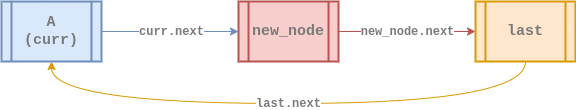
euisblue/vue-blog keeps this draw.io diagram as assets/data-structure/linked-list/cll-singly-insert_at4.png. Above is the earlier version. Source tidied: cells renumbered, new cells last; positions are measured from the earlier drawing's top-left corner, leaving out a move shared by most shapes.
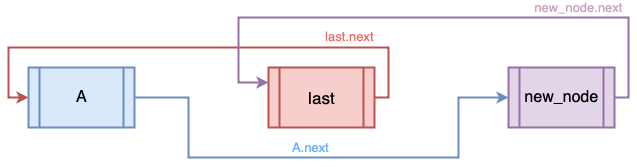
Later version of the same file.

Diff of the diagram source:
```diff
@@ -2,28 +2,44 @@
   <root>
     <mxCell id="0" />
     <mxCell id="1" parent="0" />
-    <mxCell id="2" value="&lt;b style=&quot;color: rgb(0 , 0 , 0) ; font-size: 11px ; font-style: normal ; letter-spacing: normal ; text-align: center ; text-indent: 0px ; text-transform: none ; word-spacing: 0px ; font-family: &amp;#34;courier new&amp;#34;&quot;&gt;&lt;font color=&quot;#7a7a7a&quot; style=&quot;font-size: 12px&quot;&gt;new_node.next&lt;/font&gt;&lt;/b&gt;" style="edgeStyle=orthogonalEdgeStyle;rounded=0;sketch=0;jettySize=auto;html=1;exitX=1;exitY=0.5;exitDx=0;exitDy=0;entryX=0;entryY=0.5;entryDx=0;entryDy=0;strokeColor=#b85450;strokeWidth=1;curved=1;fillColor=#f8cecc;" parent="1" edge="1" source="3" target="7">
-      <mxGeometry x="0.01" relative="1" as="geometry" />
+    <mxCell id="2" value="&lt;font color=&quot;#66b2ff&quot; size=&quot;2&quot;&gt;&lt;span&gt;A.next&lt;/span&gt;&lt;/font&gt;" style="edgeStyle=orthogonalEdgeStyle;rounded=0;jettySize=auto;html=1;exitX=1;exitY=0.5;exitDx=0;exitDy=0;entryX=0;entryY=0.5;entryDx=0;entryDy=0;fillColor=#dae8fc;strokeColor=#6c8ebf;strokeWidth=2;labelBackgroundColor=none;labelBorderColor=none;fontFamily=Helvetica;" parent="1" edge="1" source="3" target="7">
+      <mxGeometry x="-0.04" y="10" relative="1" as="geometry">
+        <Array as="points">
+          <mxPoint x="174" y="154" />
+          <mxPoint x="174" y="214" />
+          <mxPoint x="444" y="214" />
+          <mxPoint x="444" y="154" />
+        </Array>
+      </mxGeometry>
     </mxCell>
-    <mxCell id="3" value="&lt;b&gt;&lt;font style=&quot;font-size: 15px&quot; face=&quot;Courier New&quot; color=&quot;#7a7a7a&quot;&gt;new_node&lt;/font&gt;&lt;/b&gt;" style="shape=process;whiteSpace=wrap;html=1;backgroundOutline=1;fillColor=#f8cecc;strokeColor=#b85450;gradientDirection=east;strokeWidth=2;shadow=0;glass=0;sketch=0;fontStyle=0;" parent="1" vertex="1">
-      <mxGeometry x="237" width="100" height="60" as="geometry" />
+    <mxCell id="3" value="&lt;font&gt;&lt;font size=&quot;3&quot;&gt;A&lt;/font&gt;&lt;br&gt;&lt;/font&gt;" style="shape=process;whiteSpace=wrap;html=1;backgroundOutline=1;strokeWidth=2;fillColor=#dae8fc;strokeColor=#6c8ebf;fontStyle=0;fontFamily=Helvetica;fontSize=14;labelBackgroundColor=none;labelBorderColor=none;" parent="1" vertex="1">
+      <mxGeometry x="14" y="124" width="106" height="60" as="geometry" />
     </mxCell>
-    <mxCell id="4" value="&lt;b style=&quot;font-size: 11px ; letter-spacing: normal ; text-align: center ; text-indent: 0px ; text-transform: none ; word-spacing: 0px ; font-family: &amp;#34;courier new&amp;#34;&quot;&gt;&lt;font style=&quot;font-size: 12px&quot; color=&quot;#7a7a7a&quot;&gt;curr.next&lt;/font&gt;&lt;/b&gt;" style="edgeStyle=orthogonalEdgeStyle;curved=1;rounded=0;sketch=0;jettySize=auto;html=1;exitX=1;exitY=0.5;exitDx=0;exitDy=0;entryX=0;entryY=0.5;entryDx=0;entryDy=0;strokeColor=#6c8ebf;strokeWidth=1;fillColor=#dae8fc;fontStyle=0;" parent="1" edge="1" source="5" target="3">
-      <mxGeometry x="0.02" relative="1" as="geometry" />
+    <mxCell id="4" value="&lt;font color=&quot;#ea6b66&quot; style=&quot;font-size: 13px ; line-height: 95%&quot;&gt;last.next&lt;/font&gt;" style="edgeStyle=orthogonalEdgeStyle;rounded=0;jettySize=auto;html=1;exitX=1;exitY=0.5;exitDx=0;exitDy=0;entryX=0;entryY=0.5;entryDx=0;entryDy=0;fillColor=#f8cecc;strokeColor=#b85450;strokeWidth=2;labelBackgroundColor=none;labelBorderColor=none;fontFamily=Helvetica;align=center;" parent="1" edge="1" source="5" target="3">
+      <mxGeometry x="-0.6" y="-10" relative="1" as="geometry">
+        <Array as="points">
+          <mxPoint x="374" y="154" />
+          <mxPoint x="374" y="104" />
+          <mxPoint x="-6" y="104" />
+          <mxPoint x="-6" y="154" />
+        </Array>
+      </mxGeometry>
     </mxCell>
-    <mxCell id="5" value="&lt;div&gt;&lt;font color=&quot;#7a7a7a&quot; face=&quot;courier new&quot; style=&quot;font-size: 15px&quot;&gt;A&lt;/font&gt;&lt;/div&gt;&lt;div&gt;&lt;font color=&quot;#7a7a7a&quot; face=&quot;courier new&quot; style=&quot;font-size: 15px&quot;&gt;(curr)&lt;/font&gt;&lt;/div&gt;" style="shape=process;whiteSpace=wrap;html=1;backgroundOutline=1;fillColor=#dae8fc;strokeColor=#6c8ebf;gradientDirection=east;strokeWidth=2;shadow=0;glass=0;align=center;sketch=0;fontStyle=1;" parent="1" vertex="1">
-      <mxGeometry width="100" height="60" as="geometry" />
+    <mxCell id="5" value="&lt;font&gt;&lt;font style=&quot;font-size: 17px&quot;&gt;last&lt;/font&gt;&lt;br&gt;&lt;/font&gt;" style="shape=process;whiteSpace=wrap;html=1;backgroundOutline=1;strokeWidth=2;fillColor=#f8cecc;strokeColor=#b85450;fontStyle=0;fontFamily=Helvetica;fontSize=14;labelBackgroundColor=none;labelBorderColor=none;" parent="1" vertex="1">
+      <mxGeometry x="254" y="124" width="106" height="60" as="geometry" />
     </mxCell>
-    <mxCell id="6" value="&lt;font color=&quot;#7a7a7a&quot; face=&quot;courier new&quot;&gt;&lt;span style=&quot;font-size: 12px&quot;&gt;&lt;b&gt;last.next&lt;/b&gt;&lt;/span&gt;&lt;/font&gt;" style="edgeStyle=orthogonalEdgeStyle;curved=1;rounded=0;sketch=0;jettySize=auto;html=1;exitX=0.5;exitY=1;exitDx=0;exitDy=0;entryX=0.5;entryY=1;entryDx=0;entryDy=0;strokeWidth=1;strokeColor=#d79b00;fillColor=#ffe6cc;fontStyle=0;" parent="1" edge="1" source="7" target="5">
-      <mxGeometry relative="1" as="geometry">
+    <mxCell id="6" value="&lt;span style=&quot;color: rgb(205 , 162 , 190) ; font-family: &amp;#34;helvetica&amp;#34; ; font-size: 13px ; font-style: normal ; font-weight: normal ; letter-spacing: normal ; text-align: center ; text-indent: 0px ; text-transform: none ; word-spacing: 0px ; text-decoration: none ; display: inline ; float: none&quot;&gt;new_node.next&lt;/span&gt;" style="edgeStyle=orthogonalEdgeStyle;rounded=0;jettySize=auto;html=1;exitX=1;exitY=0.5;exitDx=0;exitDy=0;labelBackgroundColor=none;strokeWidth=2;fontFamily=Helvetica;fontColor=#666666;align=center;fillColor=#e1d5e7;strokeColor=#9673a6;entryX=0;entryY=0.25;entryDx=0;entryDy=0;" parent="1" edge="1" source="7" target="5">
+      <mxGeometry x="-0.5" y="-10" relative="1" as="geometry">
         <Array as="points">
-          <mxPoint x="524" y="102" />
-          <mxPoint x="50" y="102" />
+          <mxPoint x="614" y="154" />
+          <mxPoint x="614" y="74" />
+          <mxPoint x="224" y="74" />
+          <mxPoint x="224" y="139" />
         </Array>
       </mxGeometry>
     </mxCell>
-    <mxCell id="7" value="&lt;div&gt;&lt;font color=&quot;#7a7a7a&quot; face=&quot;courier new&quot;&gt;&lt;span style=&quot;font-size: 15px&quot;&gt;&lt;b&gt;last&lt;/b&gt;&lt;/span&gt;&lt;/font&gt;&lt;/div&gt;" style="shape=process;whiteSpace=wrap;html=1;backgroundOutline=1;fillColor=#ffe6cc;strokeColor=#d79b00;gradientDirection=east;strokeWidth=2;shadow=0;glass=0;align=center;sketch=0;fontStyle=0;" parent="1" vertex="1">
-      <mxGeometry x="474" width="100" height="60" as="geometry" />
+    <mxCell id="7" value="&lt;font&gt;&lt;font style=&quot;font-size: 16px&quot;&gt;new_node&lt;/font&gt;&lt;br&gt;&lt;/font&gt;" style="shape=process;whiteSpace=wrap;html=1;backgroundOutline=1;strokeWidth=2;fillColor=#e1d5e7;strokeColor=#9673a6;fontStyle=0;fontFamily=Helvetica;fontSize=14;labelBackgroundColor=none;labelBorderColor=none;" parent="1" vertex="1">
+      <mxGeometry x="494" y="124" width="106" height="60" as="geometry" />
     </mxCell>
   </root>
 </mxGraphModel>
```
